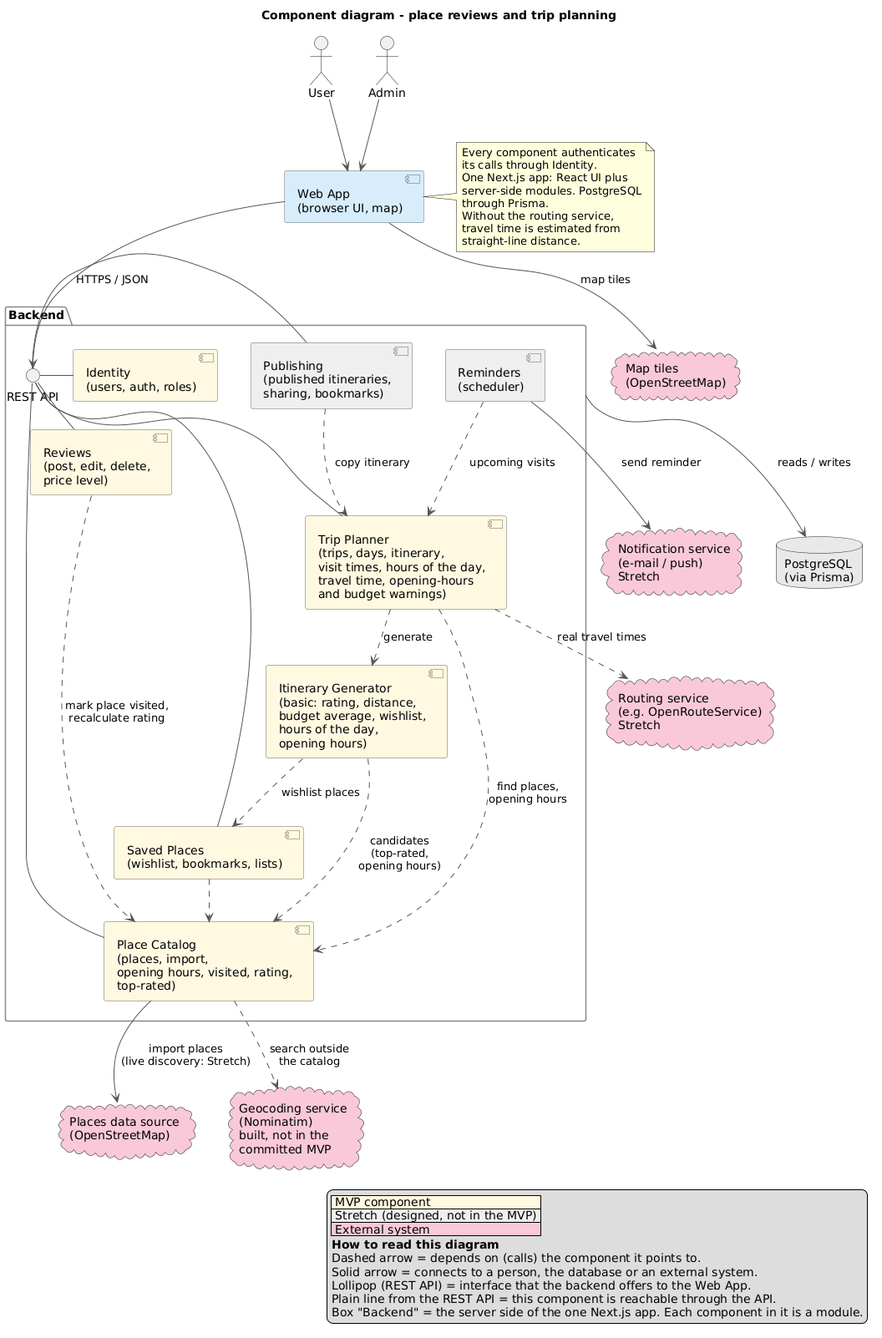
Above: docs/design/component-diagram.png in MESW-LES-2627/les-project-group-7 (PlantUML), before the change.
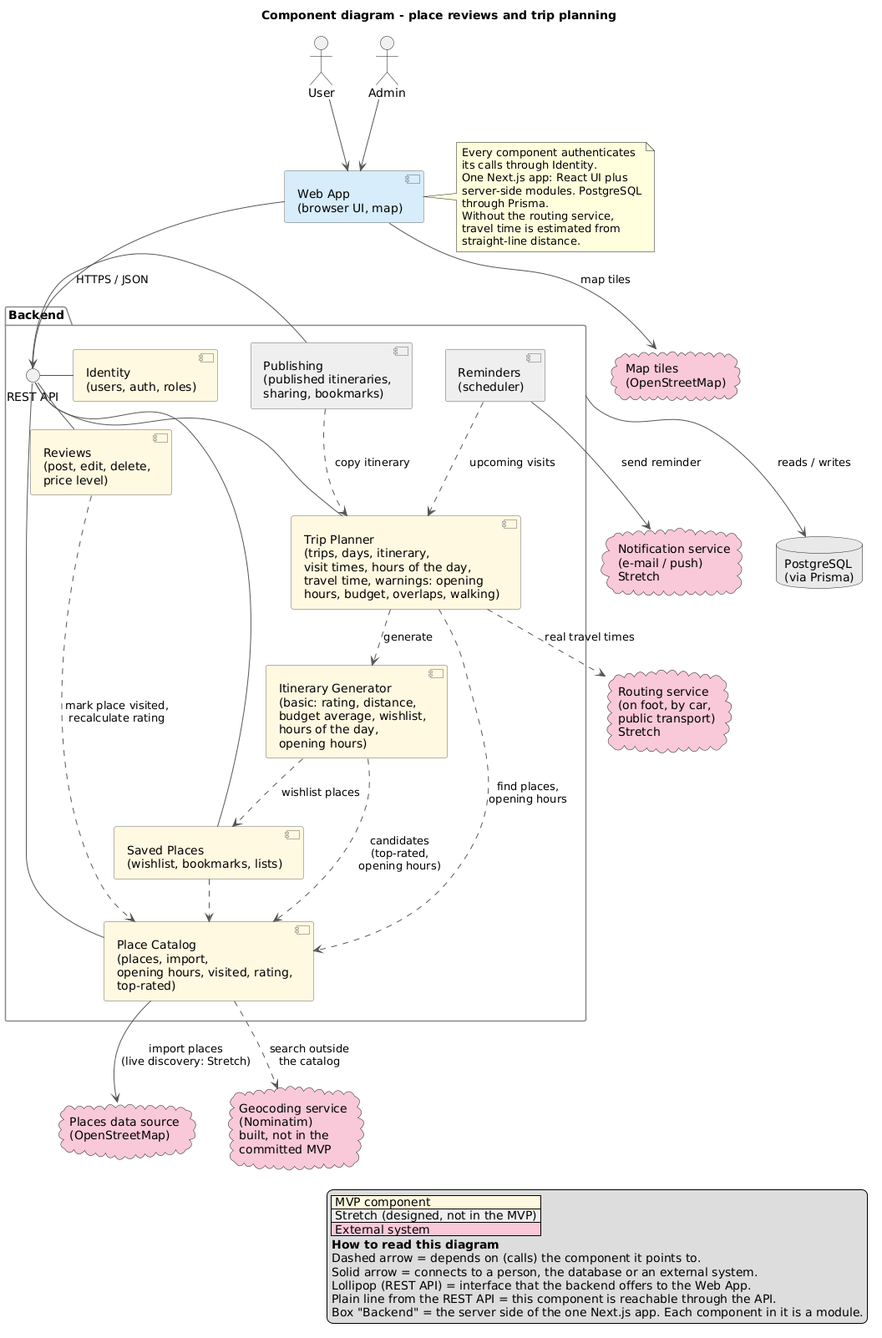
Later version of the same file.

Commit message:
Move overlap and walking warnings to the MVP; S2 includes public transport

What changed in the source:
```diff
@@ -37,7 +37,7 @@
   component "Place Catalog\n(places, import,\nopening hours, visited, rating,\ntop-rated)" as catalog
   component "Reviews\n(post, edit, delete,\nprice level)" as reviews
   component "Saved Places\n(wishlist, bookmarks, lists)" as saved
-  component "Trip Planner\n(trips, days, itinerary,\nvisit times, hours of the day,\ntravel time, opening-hours\nand budget warnings)" as planner
+  component "Trip Planner\n(trips, days, itinerary,\nvisit times, hours of the day,\ntravel time, warnings: opening\nhours, budget, overlaps, walking)" as planner
   component "Itinerary Generator\n(basic: rating, distance,\nbudget average, wishlist,\nhours of the day,\nopening hours)" as generator
   component "Publishing\n(published itineraries,\nsharing, bookmarks)" as publishing #EEEEEE
   component "Reminders\n(scheduler)" as reminders #EEEEEE
@@ -47,7 +47,7 @@
 
 cloud "Places data source\n(OpenStreetMap)" as places #F8C9D8
 cloud "Map tiles\n(OpenStreetMap)" as tiles #F8C9D8
-cloud "Routing service\n(e.g. OpenRouteService)\nStretch" as routing #F8C9D8
+cloud "Routing service\n(on foot, by car,\npublic transport)\nStretch" as routing #F8C9D8
 cloud "Geocoding service\n(Nominatim)\nbuilt, not in the\ncommitted MVP" as geocoding #F8C9D8
 cloud "Notification service\n(e-mail / push)\nStretch" as notif #F8C9D8
 
```
